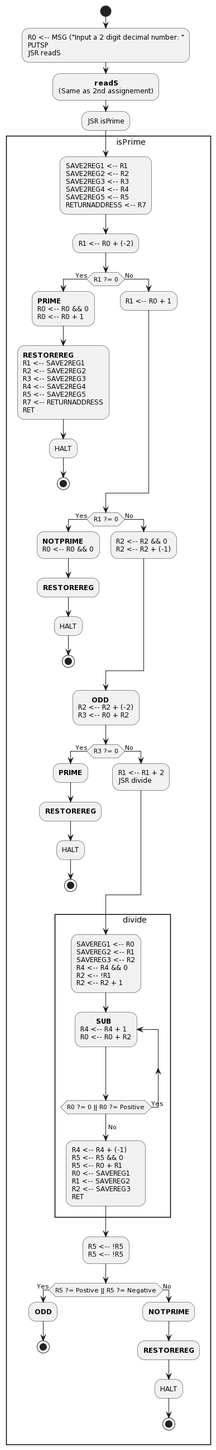
The PlantUML diagram Flowcharts/3rd assignment flowchart.png in YesSeri/first-assignment-machine-programming, before a commit.
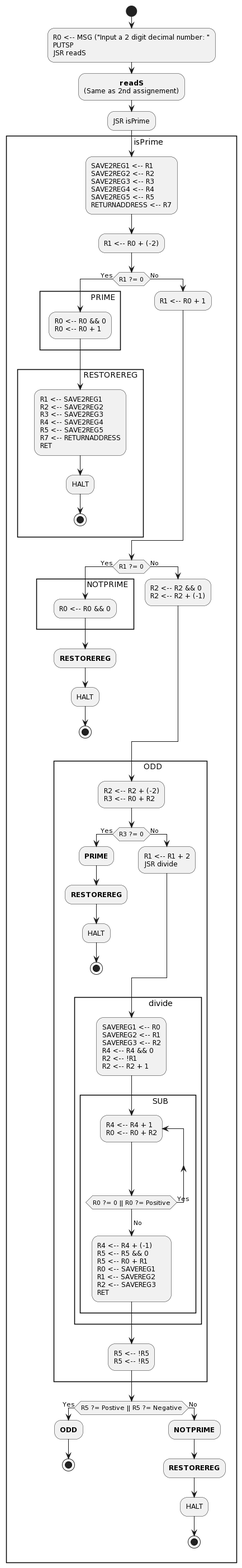
After the change.

Commit message:
3rd flowchart fixes to better see subroutines

The edit, as a diff of the source:
```diff
@@ -10,7 +10,7 @@
 (Same as 2nd assignement);
 :JSR isPrime;
 
-rectangle "                    isPrime" {
+rectangle "                        isPrime" {
 
 :SAVE2REG1 <-- R1
 SAVE2REG2 <-- R2
@@ -22,11 +22,13 @@
 :R1 <-- R0 + (-2);
 
 if (R1 ?= 0) then (Yes)
-:**PRIME**
-R0 <-- R0 && 0
+rectangle "                    PRIME" {
+:R0 <-- R0 && 0
 R0 <-- R0 + 1;
-:**RESTOREREG**
-R1 <-- SAVE2REG1
+}
+rectangle "                           RESTOREREG" {
+
+:R1 <-- SAVE2REG1
 R2 <-- SAVE2REG2
 R3 <-- SAVE2REG3
 R4 <-- SAVE2REG4
@@ -35,13 +37,16 @@
 RET;
 :HALT;
 stop
+}
 
 else (No)
 :R1 <-- R0 + 1;
 endif
 if (R1 ?= 0) then (Yes)
-:**NOTPRIME**
-R0 <-- R0 && 0;
+rectangle "                    NOTPRIME" {
+
+:R0 <-- R0 && 0;
+}
 :**RESTOREREG**;
 :HALT;
 stop
@@ -49,7 +54,9 @@
 :R2 <-- R2 && 0
 R2 <-- R2 + (-1);
 endif
-:      **ODD**\nR2 <-- R2 + (-2)\nR3 <-- R0 + R2;
+rectangle "                    ODD" {
+
+:R2 <-- R2 + (-2)\nR3 <-- R0 + R2;
 if (R3 ?= 0) then (Yes)
 :**PRIME**;
 :**RESTOREREG**;
@@ -67,7 +74,9 @@
 R4 <-- R4 && 0
 R2 <-- !R1
 R2 <-- R2 + 1;
-repeat:       **SUB**\nR4 <-- R4 + 1\nR0 <-- R0 + R2;
+rectangle "                    SUB" {
+
+repeat:R4 <-- R4 + 1\nR0 <-- R0 + R2;
 repeat while (R0 ?= 0 || R0 ?= Positive) is (Yes)
 -> No;
 :R4 <-- R4 + (-1)
@@ -78,8 +87,10 @@
 R2 <-- SAVEREG3
 RET;
 }
+}
 :R5 <-- !R5
 R5 <-- !R5;
+}
 if (R5 ?= Postive || R5 ?= Negative) then (Yes)
 :**ODD**;
 stop
```
